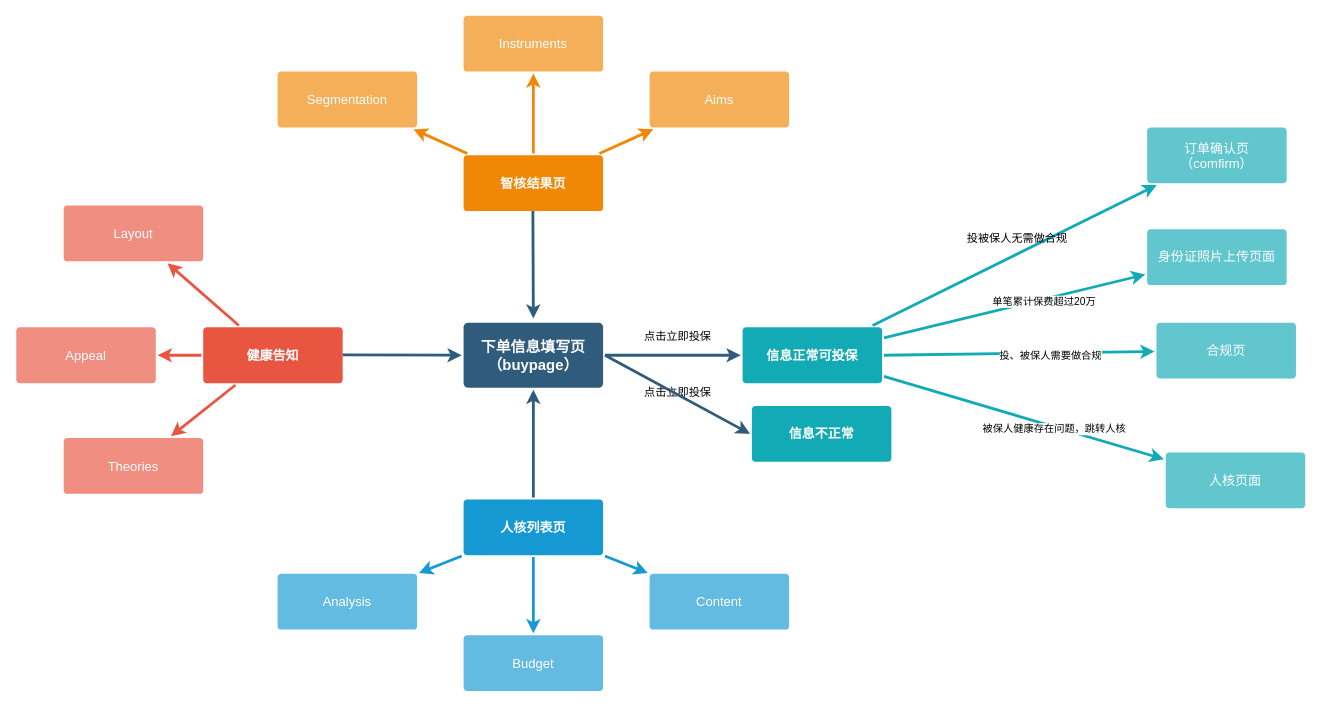
The draw.io diagram Untitled Diagram.drawio in North30/tupian, before the edit. Source tidied: cells renumbered, new cells numbered last; positions are measured from the earlier drawing's top-left corner, leaving out a move shared by most shapes. Both pictures are drawn from the tidied source at 93%, with x=0, y=0 at pixel (16, 15).
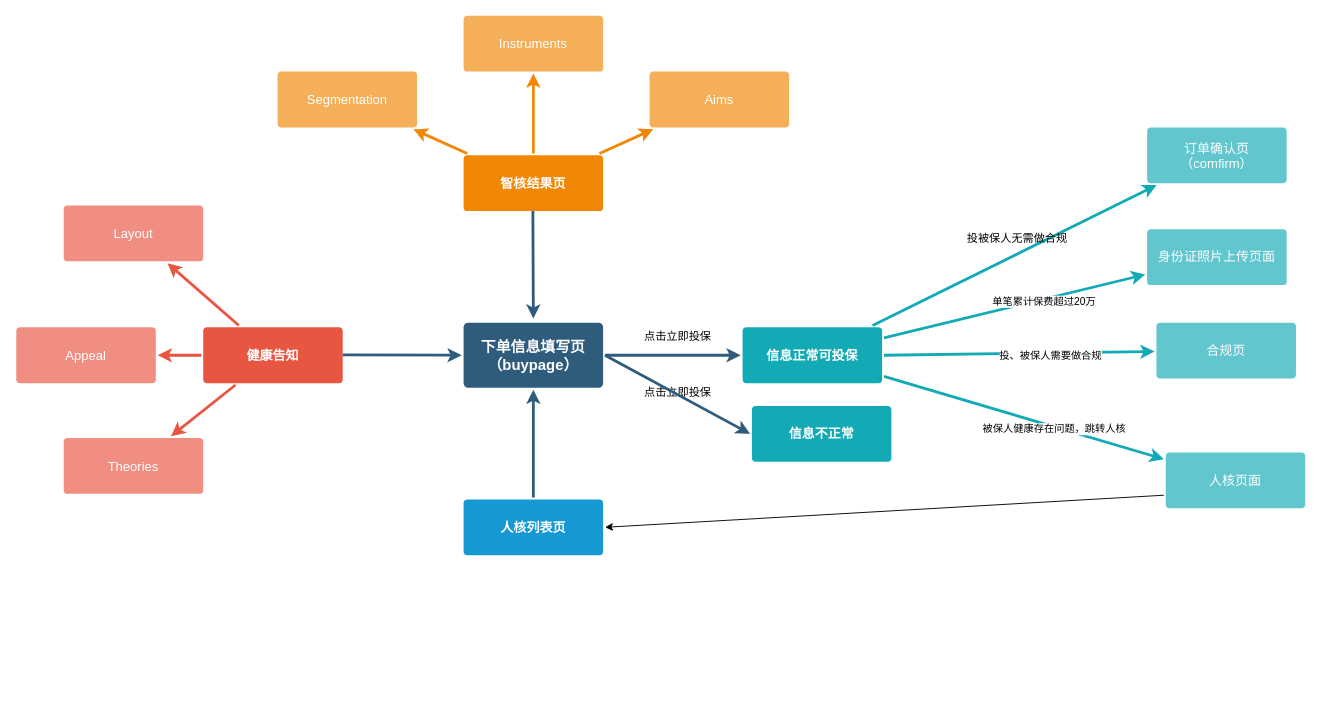
After the change.

Unchanged cells that the change refers to:
```xml
<mxCell id="15" value="人核列表页" style="rounded=1;whiteSpace=wrap;html=1;shadow=0;labelBackgroundColor=none;strokeColor=none;strokeWidth=3;fillColor=#1699d3;fontFamily=Helvetica;fontSize=14;fontColor=#FFFFFF;align=center;spacing=5;fontStyle=1;arcSize=7;perimeterSpacing=2;" parent="1" vertex="1">
  <mxGeometry x="481" y="520.5" width="150" height="60" as="geometry" />
</mxCell>
<mxCell id="27" value="人核页面" style="rounded=1;whiteSpace=wrap;html=1;shadow=0;labelBackgroundColor=none;strokeColor=none;strokeWidth=3;fillColor=#61c6ce;fontFamily=Helvetica;fontSize=14;fontColor=#FFFFFF;align=center;spacing=5;fontStyle=0;arcSize=7;perimeterSpacing=2;" parent="1" vertex="1">
  <mxGeometry x="1236" y="470" width="150" height="60" as="geometry" />
</mxCell>
```

What changed in the source:
```diff
@@
-    <mxCell id="12" style="edgeStyle=none;rounded=0;jumpStyle=none;html=1;shadow=0;labelBackgroundColor=none;startArrow=none;startFill=0;endArrow=classic;endFill=1;jettySize=auto;strokeColor=#1699D3;strokeWidth=3;fontFamily=Helvetica;fontSize=14;fontColor=#FFFFFF;spacing=5;" parent="1" edge="1" source="15" target="18">
-      <mxGeometry relative="1" as="geometry" />
-    </mxCell>
-    <mxCell id="13" style="edgeStyle=none;rounded=0;jumpStyle=none;html=1;shadow=0;labelBackgroundColor=none;startArrow=none;startFill=0;endArrow=classic;endFill=1;jettySize=auto;strokeColor=#1699D3;strokeWidth=3;fontFamily=Helvetica;fontSize=14;fontColor=#FFFFFF;spacing=5;" parent="1" edge="1" source="15" target="17">
-      <mxGeometry relative="1" as="geometry" />
-    </mxCell>
-    <mxCell id="14" style="edgeStyle=none;rounded=0;jumpStyle=none;html=1;shadow=0;labelBackgroundColor=none;startArrow=none;startFill=0;endArrow=classic;endFill=1;jettySize=auto;strokeColor=#1699D3;strokeWidth=3;fontFamily=Helvetica;fontSize=14;fontColor=#FFFFFF;spacing=5;" parent="1" edge="1" source="15" target="16">
-      <mxGeometry relative="1" as="geometry" />
-    </mxCell>
@@
-    <mxCell id="16" value="Content" style="rounded=1;whiteSpace=wrap;html=1;shadow=0;labelBackgroundColor=none;strokeColor=none;strokeWidth=3;fillColor=#64bbe2;fontFamily=Helvetica;fontSize=14;fontColor=#FFFFFF;align=center;spacing=5;arcSize=7;perimeterSpacing=2;" parent="1" vertex="1">
-      <mxGeometry x="681" y="600.5" width="150" height="60" as="geometry" />
-    </mxCell>
-    <mxCell id="17" value="Budget" style="rounded=1;whiteSpace=wrap;html=1;shadow=0;labelBackgroundColor=none;strokeColor=none;strokeWidth=3;fillColor=#64bbe2;fontFamily=Helvetica;fontSize=14;fontColor=#FFFFFF;align=center;spacing=5;arcSize=7;perimeterSpacing=2;" parent="1" vertex="1">
-      <mxGeometry x="481" y="666.5" width="150" height="60" as="geometry" />
-    </mxCell>
-    <mxCell id="18" value="Analysis" style="rounded=1;whiteSpace=wrap;html=1;shadow=0;labelBackgroundColor=none;strokeColor=none;strokeWidth=3;fillColor=#64bbe2;fontFamily=Helvetica;fontSize=14;fontColor=#FFFFFF;align=center;spacing=5;arcSize=7;perimeterSpacing=2;" parent="1" vertex="1">
-      <mxGeometry x="281" y="600.5" width="150" height="60" as="geometry" />
-    </mxCell>
@@
+    <mxCell id="45" style="endArrow=classic;html=1;exitX=0;exitY=0.75;exitDx=0;exitDy=0;entryX=1;entryY=0.5;entryDx=0;entryDy=0;" parent="1" edge="1" source="27" target="15">
+      <mxGeometry relative="1" as="geometry" />
+    </mxCell>
```
